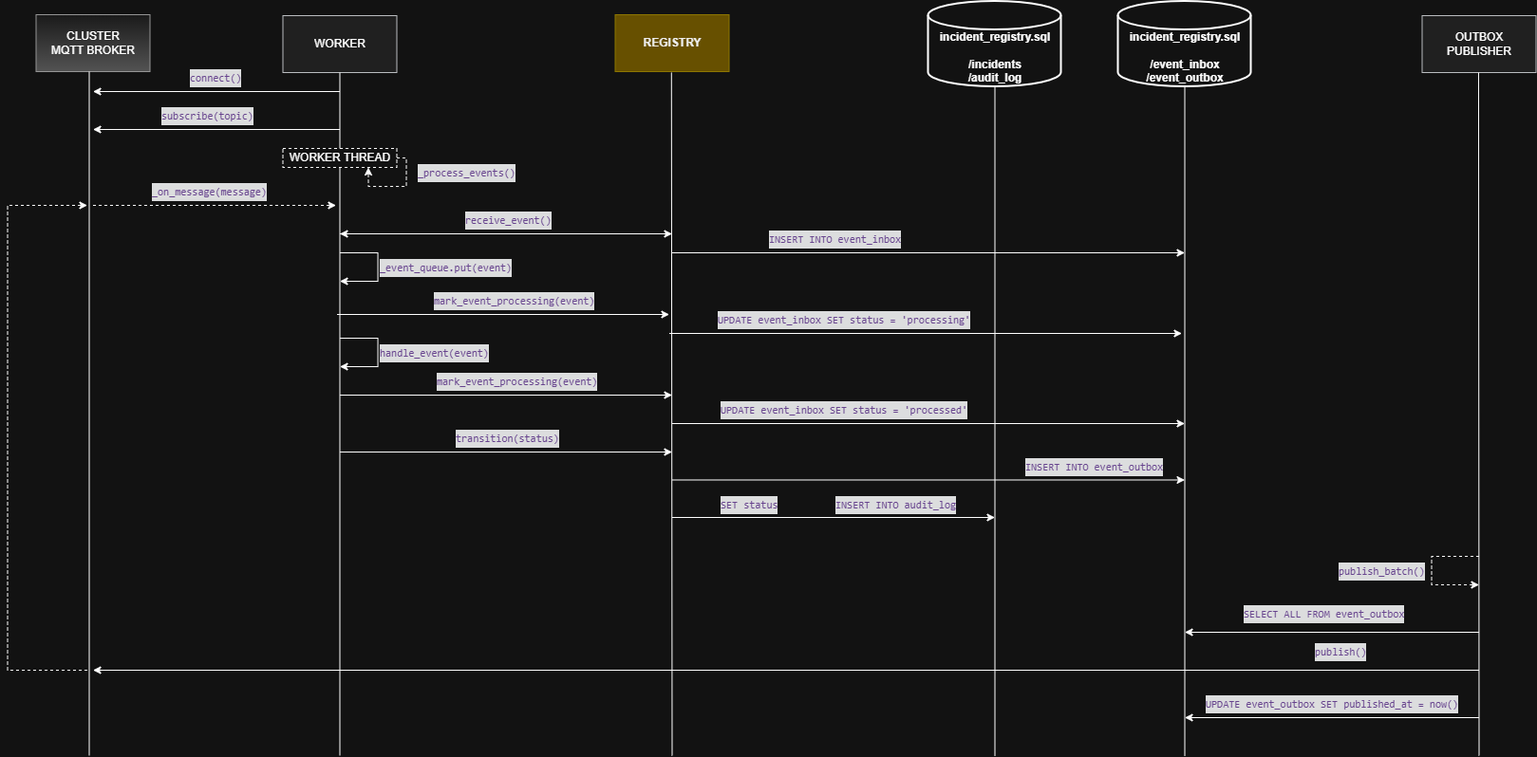
This is diagrams/distributed_architecture/MQTT flow.png from floyddc/Agentic-AI---Autonomous-Cyber-Response-framework, a draw.io export, as it was before one commit. Source tidied: cells renumbered, new cells last; positions are measured from the earlier drawing's top-left corner, leaving out a move shared by most shapes.
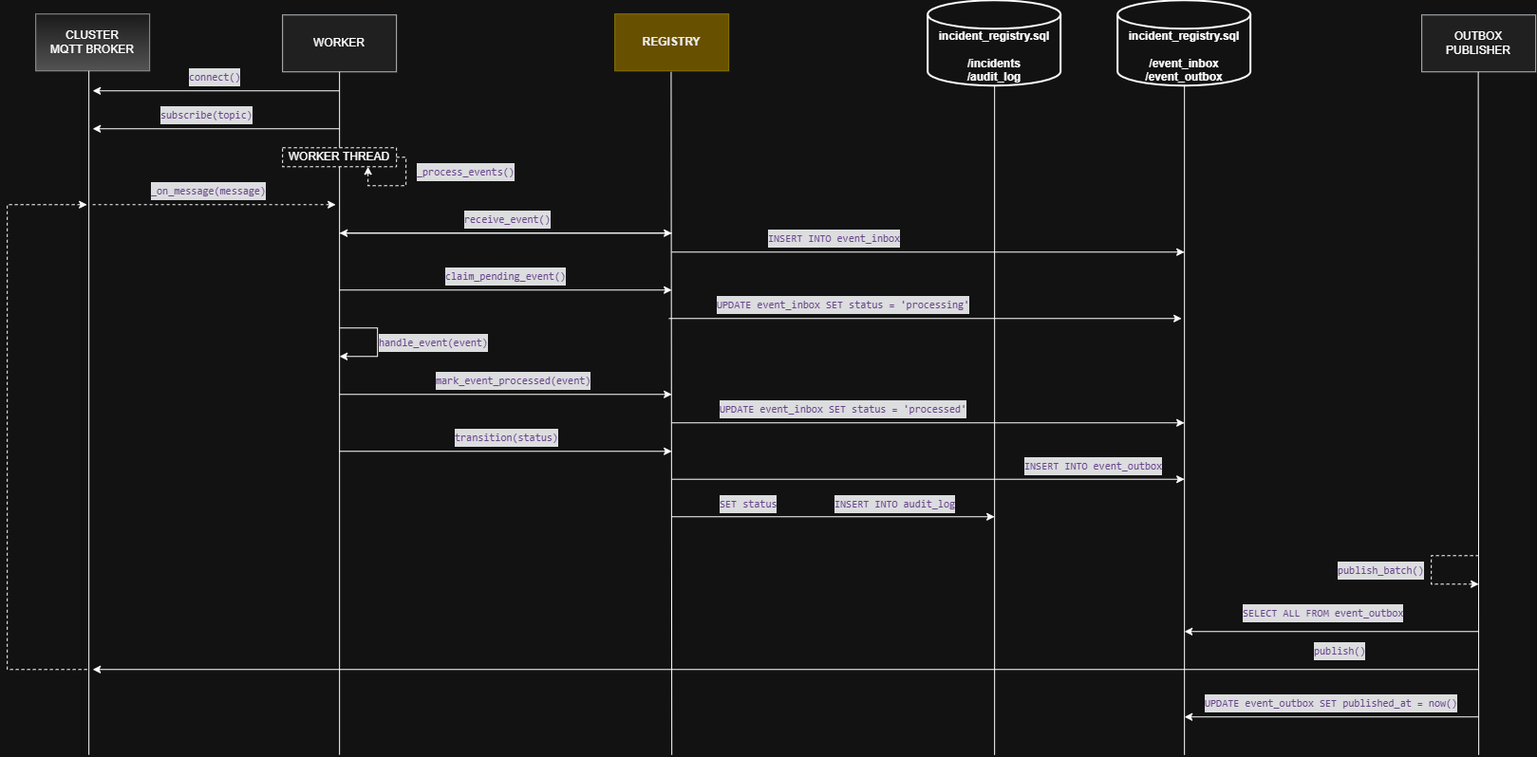
The same diagram one commit later.

Diff of the diagram source:
```diff
@@ -76,49 +76,27 @@
     <mxCell id="17" value="&lt;div style=&quot;color: rgb(187, 190, 191); background-color: rgb(18, 19, 20); font-family: Consolas, &amp;quot;Courier New&amp;quot;, monospace; font-weight: normal; line-height: 19px; white-space: pre;&quot;&gt;&lt;div&gt;&lt;span style=&quot;color: rgb(210, 168, 255);&quot;&gt;receive_event()&lt;/span&gt;&lt;/div&gt;&lt;/div&gt;" style="text;whiteSpace=wrap;html=1;fontSize=11;" parent="1" vertex="1">
       <mxGeometry x="480" y="215" width="150" height="40" as="geometry" />
     </mxCell>
-    <mxCell id="18" style="edgeStyle=orthogonalEdgeStyle;rounded=0;orthogonalLoop=1;jettySize=auto;html=1;innerLoopWaypoints=1;" parent="1" edge="1">
-      <mxGeometry relative="1" as="geometry">
-        <mxPoint x="350" y="265" as="sourcePoint" />
-        <mxPoint x="350" y="295" as="targetPoint" />
-        <Array as="points">
-          <mxPoint x="390" y="265" />
-          <mxPoint x="390" y="295" />
-        </Array>
-      </mxGeometry>
-    </mxCell>
-    <mxCell id="19" value="&lt;div style=&quot;color: rgb(187, 190, 191); background-color: rgb(18, 19, 20); font-family: Consolas, &amp;quot;Courier New&amp;quot;, monospace; font-weight: normal; line-height: 19px; white-space: pre;&quot;&gt;&lt;div&gt;&lt;span style=&quot;color: rgb(210, 168, 255);&quot;&gt;_event_queue.put(event)&lt;/span&gt;&lt;/div&gt;&lt;/div&gt;" style="text;whiteSpace=wrap;html=1;fontSize=11;" parent="1" vertex="1">
-      <mxGeometry x="390" y="265" width="150" height="40" as="geometry" />
-    </mxCell>
-    <mxCell id="20" style="endArrow=classic;html=1;rounded=0;" parent="1" edge="1">
-      <mxGeometry relative="1" as="geometry">
-        <mxPoint x="347" y="330" as="sourcePoint" />
-        <mxPoint x="697" y="330" as="targetPoint" />
-      </mxGeometry>
-    </mxCell>
-    <mxCell id="21" value="&lt;div style=&quot;color: rgb(187, 190, 191); background-color: rgb(18, 19, 20); font-family: Consolas, &amp;quot;Courier New&amp;quot;, monospace; font-weight: normal; line-height: 19px; white-space: pre;&quot;&gt;&lt;div&gt;&lt;span style=&quot;color: rgb(210, 168, 255);&quot;&gt;mark_event_processing(event)&lt;/span&gt;&lt;/div&gt;&lt;/div&gt;" style="text;whiteSpace=wrap;html=1;fontSize=11;" parent="1" vertex="1">
-      <mxGeometry x="447" y="300" width="150" height="40" as="geometry" />
-    </mxCell>
     <mxCell id="22" style="endArrow=classic;html=1;rounded=0;" parent="1" edge="1">
       <mxGeometry relative="1" as="geometry">
         <mxPoint x="350" y="415" as="sourcePoint" />
         <mxPoint x="700" y="415" as="targetPoint" />
       </mxGeometry>
     </mxCell>
-    <mxCell id="23" value="&lt;div style=&quot;color: rgb(187, 190, 191); background-color: rgb(18, 19, 20); font-family: Consolas, &amp;quot;Courier New&amp;quot;, monospace; font-weight: normal; line-height: 19px; white-space: pre;&quot;&gt;&lt;div&gt;&lt;span style=&quot;color: rgb(210, 168, 255);&quot;&gt;mark_event_processing(event)&lt;/span&gt;&lt;/div&gt;&lt;/div&gt;" style="text;whiteSpace=wrap;html=1;fontSize=11;" parent="1" vertex="1">
+    <mxCell id="23" value="&lt;div style=&quot;color: rgb(187, 190, 191); background-color: rgb(18, 19, 20); font-family: Consolas, &amp;quot;Courier New&amp;quot;, monospace; font-weight: normal; line-height: 19px; white-space: pre;&quot;&gt;&lt;div&gt;&lt;span style=&quot;color: rgb(210, 168, 255);&quot;&gt;mark_event_processed(event)&lt;/span&gt;&lt;/div&gt;&lt;/div&gt;" style="text;whiteSpace=wrap;html=1;fontSize=11;" parent="1" vertex="1">
       <mxGeometry x="450" y="385" width="150" height="40" as="geometry" />
     </mxCell>
     <mxCell id="24" style="edgeStyle=orthogonalEdgeStyle;rounded=0;orthogonalLoop=1;jettySize=auto;html=1;innerLoopWaypoints=1;" parent="1" edge="1">
       <mxGeometry relative="1" as="geometry">
-        <mxPoint x="350" y="355" as="sourcePoint" />
-        <mxPoint x="350" y="385" as="targetPoint" />
+        <mxPoint x="350" y="345" as="sourcePoint" />
+        <mxPoint x="350" y="375" as="targetPoint" />
         <Array as="points">
-          <mxPoint x="390" y="355" />
-          <mxPoint x="390" y="385" />
+          <mxPoint x="390" y="345" />
+          <mxPoint x="390" y="375" />
         </Array>
       </mxGeometry>
     </mxCell>
     <mxCell id="25" value="&lt;div style=&quot;color: rgb(187, 190, 191); background-color: rgb(18, 19, 20); font-family: Consolas, &amp;quot;Courier New&amp;quot;, monospace; font-weight: normal; line-height: 19px; white-space: pre;&quot;&gt;&lt;div&gt;&lt;span style=&quot;color: rgb(210, 168, 255);&quot;&gt;handle_event(event)&lt;/span&gt;&lt;/div&gt;&lt;/div&gt;" style="text;whiteSpace=wrap;html=1;fontSize=11;" parent="1" vertex="1">
-      <mxGeometry x="390" y="355" width="150" height="40" as="geometry" />
+      <mxGeometry x="390" y="345" width="150" height="40" as="geometry" />
     </mxCell>
     <mxCell id="26" style="endArrow=classic;html=1;rounded=0;" parent="1" edge="1">
       <mxGeometry relative="1" as="geometry">
@@ -145,12 +123,12 @@
     </mxCell>
     <mxCell id="31" style="endArrow=classic;html=1;rounded=0;" parent="1" edge="1">
       <mxGeometry relative="1" as="geometry">
-        <mxPoint x="697" y="350" as="sourcePoint" />
-        <mxPoint x="1237" y="350" as="targetPoint" />
+        <mxPoint x="697" y="335" as="sourcePoint" />
+        <mxPoint x="1237" y="335" as="targetPoint" />
       </mxGeometry>
     </mxCell>
     <mxCell id="32" value="&lt;div style=&quot;color: rgb(187, 190, 191); background-color: rgb(18, 19, 20); font-family: Consolas, &amp;quot;Courier New&amp;quot;, monospace; font-weight: normal; line-height: 19px; white-space: pre;&quot;&gt;&lt;div&gt;&lt;span style=&quot;color: rgb(210, 168, 255);&quot;&gt;UPDATE event_inbox SET status = 'processing'&lt;/span&gt;&lt;/div&gt;&lt;/div&gt;" style="text;whiteSpace=wrap;html=1;fontSize=11;" parent="1" vertex="1">
-      <mxGeometry x="746" y="320" width="150" height="40" as="geometry" />
+      <mxGeometry x="746" y="305" width="150" height="40" as="geometry" />
     </mxCell>
     <mxCell id="33" style="endArrow=classic;html=1;rounded=0;" parent="1" edge="1">
       <mxGeometry relative="1" as="geometry">
@@ -261,5 +239,14 @@
         <mxPoint x="1240" y="665" as="targetPoint" />
       </mxGeometry>
     </mxCell>
+    <mxCell id="56" value="&lt;div style=&quot;color: rgb(187, 190, 191); background-color: rgb(18, 19, 20); font-family: Consolas, &amp;quot;Courier New&amp;quot;, monospace; font-weight: normal; line-height: 19px; white-space: pre;&quot;&gt;&lt;div&gt;&lt;span style=&quot;color: rgb(210, 168, 255);&quot;&gt;claim_pending_event()&lt;/span&gt;&lt;/div&gt;&lt;/div&gt;" style="text;whiteSpace=wrap;html=1;fontSize=11;" parent="1" vertex="1">
+      <mxGeometry x="460" y="275" width="150" height="40" as="geometry" />
+    </mxCell>
+    <mxCell id="57" style="endArrow=classic;html=1;rounded=0;" parent="1" edge="1">
+      <mxGeometry relative="1" as="geometry">
+        <mxPoint x="350" y="305" as="sourcePoint" />
+        <mxPoint x="700" y="305" as="targetPoint" />
+      </mxGeometry>
+    </mxCell>
   </root>
 </mxGraphModel>
```
